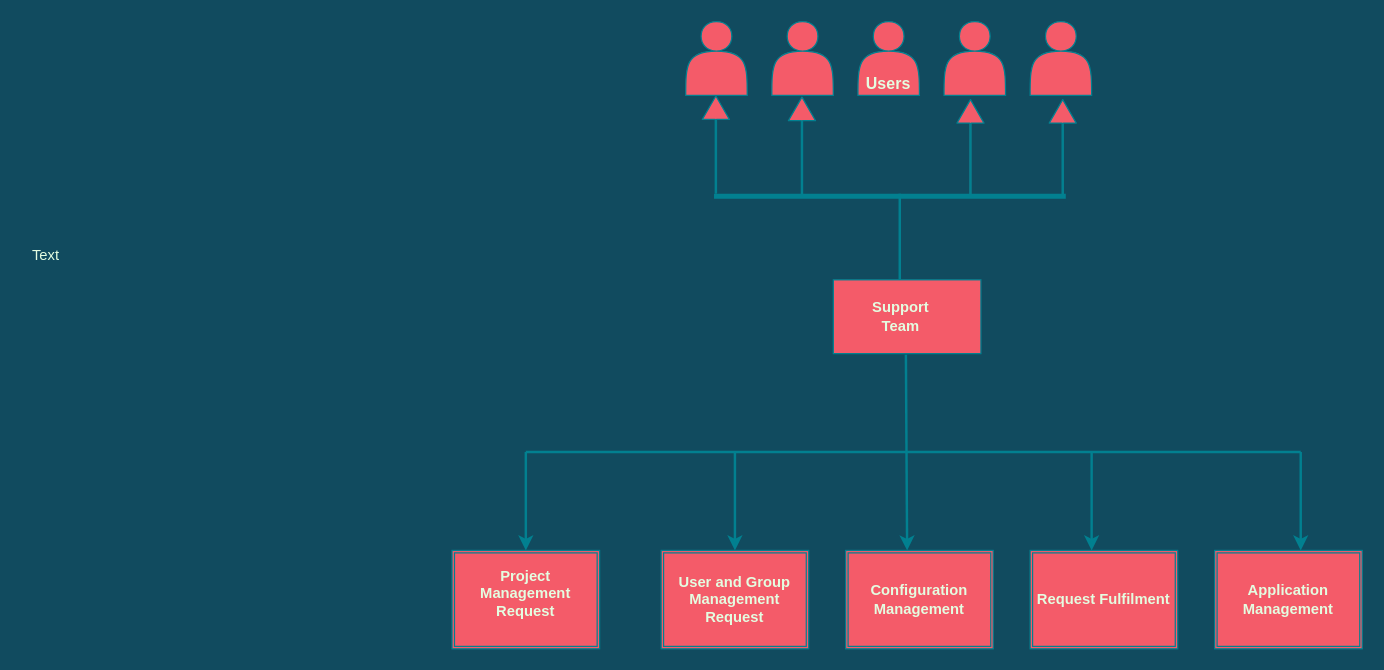
roshan5690/Atharva keeps this draw.io diagram as Untitled Diagram.drawio. Above is the earlier version. Source tidied: cells renumbered, new cells numbered last; positions are measured from the earlier drawing's top-left corner, leaving out a move shared by most shapes. Both pictures are drawn from the tidied source at 123%, with x=0, y=0 at pixel (21, 21).
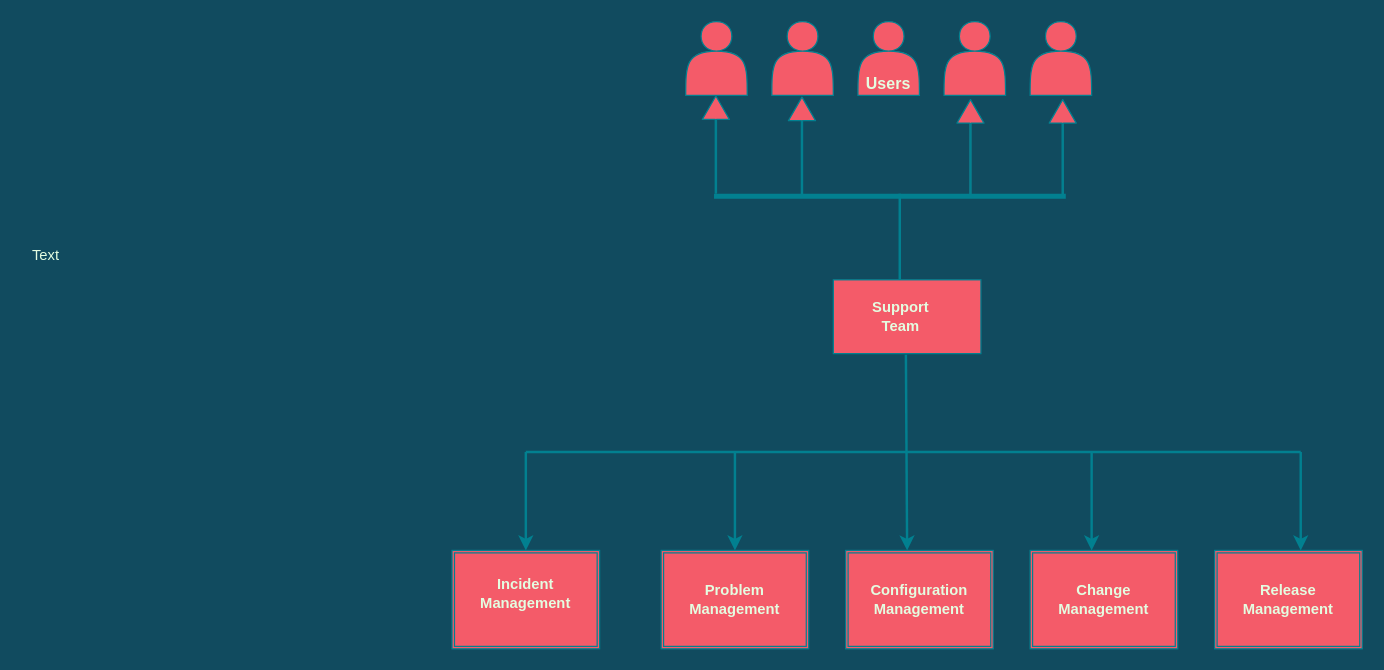
The same diagram, later.

The edit, as a diff of the source:
```diff
@@
-    <mxCell id="24" value="User and Group Management Request" style="shape=ext;double=1;whiteSpace=wrap;html=1;sketch=0;strokeColor=#028090;fillColor=#F45B69;fontColor=#E4FDE1;fontStyle=1;" parent="1" vertex="1">
+    <mxCell id="24" value="Problem Management" style="shape=ext;double=1;whiteSpace=wrap;html=1;sketch=0;strokeColor=#028090;fillColor=#F45B69;fontColor=#E4FDE1;fontStyle=1;" parent="1" vertex="1">
       <mxGeometry x="520" y="430" width="120" height="80" as="geometry" />
     </mxCell>
@@
-    <mxCell id="26" value="Request Fulfilment" style="shape=ext;double=1;whiteSpace=wrap;html=1;sketch=0;strokeColor=#028090;fillColor=#F45B69;fontColor=#E4FDE1;fontStyle=1;" parent="1" vertex="1">
+    <mxCell id="26" value="Change Management" style="shape=ext;double=1;whiteSpace=wrap;html=1;sketch=0;strokeColor=#028090;fillColor=#F45B69;fontColor=#E4FDE1;fontStyle=1;" parent="1" vertex="1">
       <mxGeometry x="820" y="430" width="120" height="80" as="geometry" />
     </mxCell>
-    <mxCell id="27" value="Application Management" style="shape=ext;double=1;whiteSpace=wrap;html=1;sketch=0;strokeColor=#028090;fillColor=#F45B69;fontColor=#E4FDE1;fontStyle=1;" parent="1" vertex="1">
+    <mxCell id="27" value="Release Management" style="shape=ext;double=1;whiteSpace=wrap;html=1;sketch=0;strokeColor=#028090;fillColor=#F45B69;fontColor=#E4FDE1;fontStyle=1;" parent="1" vertex="1">
       <mxGeometry x="970" y="430" width="120" height="80" as="geometry" />
     </mxCell>
-    <mxCell id="28" value="Project Management Request" style="text;html=1;strokeColor=none;fillColor=none;align=center;verticalAlign=middle;whiteSpace=wrap;sketch=0;fontColor=#E4FDE1;fontStyle=1;" parent="1" vertex="1">
+    <mxCell id="28" value="Incident Management" style="text;html=1;strokeColor=none;fillColor=none;align=center;verticalAlign=middle;whiteSpace=wrap;sketch=0;fontColor=#E4FDE1;fontStyle=1;" parent="1" vertex="1">
       <mxGeometry x="360" y="440" width="100" height="50" as="geometry" />
     </mxCell>
```
